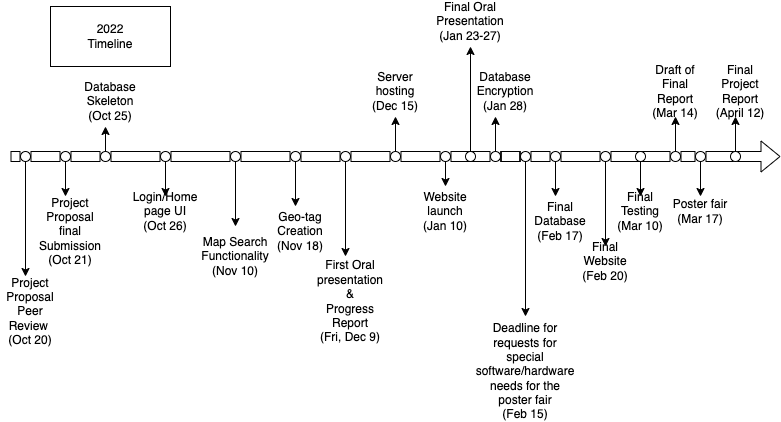
Above: Project_Documents/Timeline.png in j-ctrl7/FinalYearProject (draw.io), before the change. Source tidied: cells renumbered, new cells last; positions are measured from the earlier drawing's top-left corner, leaving out a move shared by most shapes.
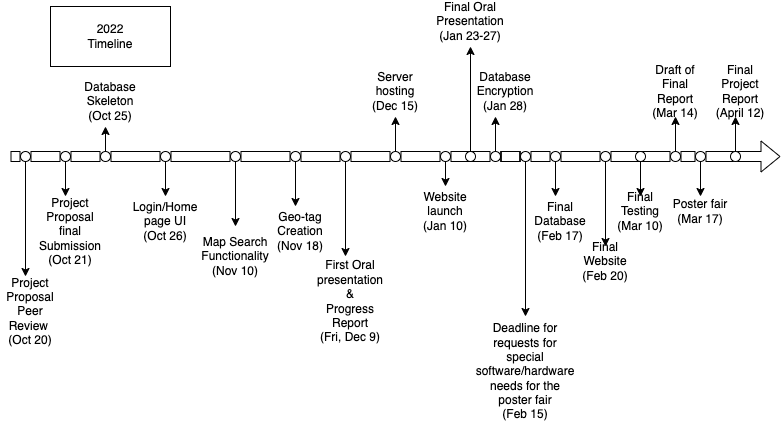
After the change.

What changed in the source:
```diff
@@ -74,11 +74,8 @@
     <mxCell id="21" style="shape=flexArrow;endArrow=none;html=1;rounded=0;startArrow=none;" parent="1" edge="1" source="16" target="20">
       <mxGeometry relative="1" as="geometry" />
     </mxCell>
-    <mxCell id="22" style="endArrow=classic;html=1;rounded=0;exitX=0.5;exitY=1;exitDx=0;exitDy=0;" parent="1" edge="1" source="20" target="23">
-      <mxGeometry relative="1" as="geometry" />
-    </mxCell>
     <mxCell id="23" value="Login/Home page UI&lt;br&gt;(Oct 26)" style="text;html=1;strokeColor=none;fillColor=none;align=center;verticalAlign=middle;whiteSpace=wrap;rounded=0;" parent="1" vertex="1">
-      <mxGeometry x="135" y="190" width="60" height="30" as="geometry" />
+      <mxGeometry x="135" y="200" width="60" height="30" as="geometry" />
     </mxCell>
     <mxCell id="24" style="endArrow=classic;html=1;rounded=0;exitX=0.5;exitY=1;exitDx=0;exitDy=0;" parent="1" edge="1" source="41">
       <mxGeometry relative="1" as="geometry">
@@ -255,5 +252,10 @@
     <mxCell id="74" style="shape=flexArrow;endArrow=none;html=1;rounded=0;startArrow=none;" parent="1" edge="1" source="71" target="73">
       <mxGeometry relative="1" as="geometry" />
     </mxCell>
+    <mxCell id="75" style="endArrow=classic;html=1;rounded=0;exitX=0.5;exitY=1;exitDx=0;exitDy=0;" parent="1" edge="1" source="20">
+      <mxGeometry relative="1" as="geometry">
+        <mxPoint x="165" y="190" as="targetPoint" />
+      </mxGeometry>
+    </mxCell>
   </root>
 </mxGraphModel>
```
